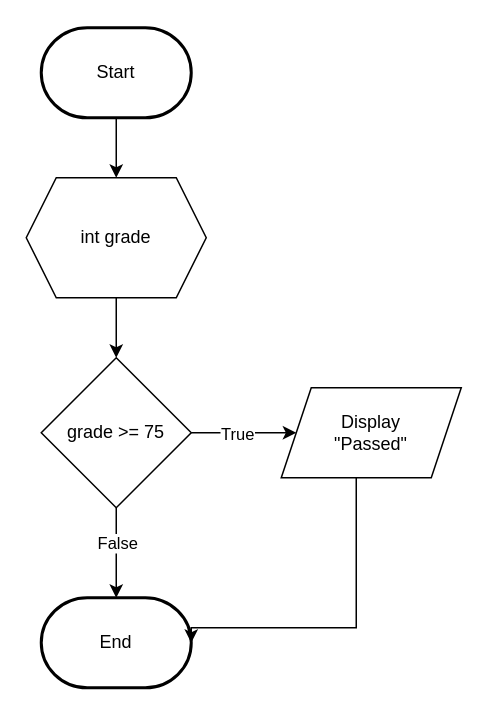
elikawicaksana/BuildIT_BasisData keeps this draw.io diagram as page "If" (1 of 6) of Flowchart_PendaModul2.drawio. Above is the earlier version. Source tidied: cells renumbered, new cells numbered last; positions are measured from the earlier drawing's top-left corner, leaving out a move shared by most shapes. Both pictures are drawn from the tidied source at 150%, with x=0, y=0 at pixel (26, 27).
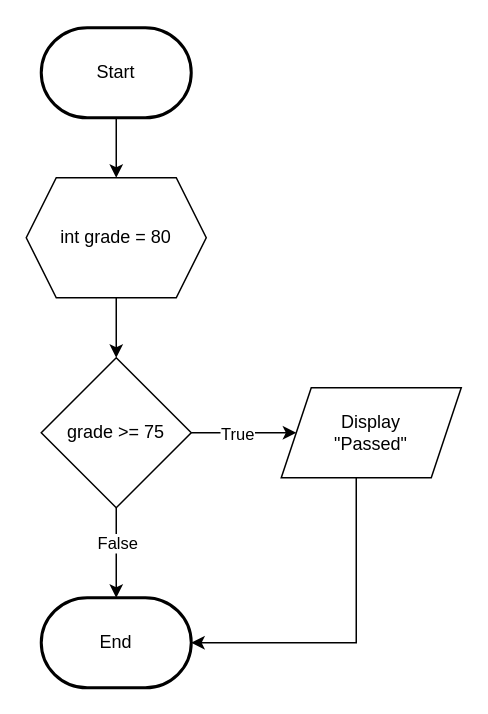
The same page after the edit.

Change to the diagram source:
```diff
@@
 <mxGraphModel>
   <root>
     <mxCell id="0" />
     <mxCell id="1" parent="0" />
     <mxCell id="2" style="edgeStyle=orthogonalEdgeStyle;rounded=0;jettySize=auto;html=1;entryX=0.5;entryY=0;entryDx=0;entryDy=0;" parent="1" edge="1" source="3" target="6">
       <mxGeometry relative="1" as="geometry" />
     </mxCell>
     <mxCell id="3" value="Start" style="strokeWidth=2;html=1;shape=mxgraph.flowchart.terminator;whiteSpace=wrap;" parent="1" vertex="1">
       <mxGeometry x="10" width="100" height="60" as="geometry" />
     </mxCell>
     <mxCell id="4" value="End" style="strokeWidth=2;html=1;shape=mxgraph.flowchart.terminator;whiteSpace=wrap;" parent="1" vertex="1">
       <mxGeometry x="10" y="380" width="100" height="60" as="geometry" />
     </mxCell>
     <mxCell id="5" style="edgeStyle=orthogonalEdgeStyle;rounded=0;jettySize=auto;html=1;entryX=0.5;entryY=0;entryDx=0;entryDy=0;" parent="1" edge="1" source="6" target="9">
       <mxGeometry relative="1" as="geometry" />
     </mxCell>
-    <mxCell id="6" value="int grade" style="shape=hexagon;perimeter=hexagonPerimeter2;whiteSpace=wrap;html=1;fixedSize=1;" parent="1" vertex="1">
+    <mxCell id="6" value="int grade = 80" style="shape=hexagon;perimeter=hexagonPerimeter2;whiteSpace=wrap;html=1;fixedSize=1;" parent="1" vertex="1">
       <mxGeometry y="100" width="120" height="80" as="geometry" />
     </mxCell>
     <mxCell id="7" style="edgeStyle=orthogonalEdgeStyle;rounded=0;jettySize=auto;html=1;" parent="1" edge="1" source="9" target="12">
       <mxGeometry relative="1" as="geometry" />
     </mxCell>
     <mxCell id="8" value="True" style="edgeLabel;html=1;align=center;verticalAlign=middle;" parent="7" vertex="1">
       <mxGeometry x="-0.13" relative="1" as="geometry" />
     </mxCell>
     <mxCell id="9" value="grade &amp;gt;= 75" style="rhombus;whiteSpace=wrap;html=1;" parent="1" vertex="1">
       <mxGeometry x="10" y="220" width="100" height="100" as="geometry" />
     </mxCell>
     <mxCell id="10" style="edgeStyle=orthogonalEdgeStyle;rounded=0;jettySize=auto;html=1;entryX=0.5;entryY=0;entryDx=0;entryDy=0;entryPerimeter=0;" parent="1" edge="1" source="9" target="4">
       <mxGeometry relative="1" as="geometry" />
     </mxCell>
     <mxCell id="11" value="False" style="edgeLabel;html=1;align=center;verticalAlign=middle;" parent="10" vertex="1">
       <mxGeometry x="-0.24" relative="1" as="geometry" />
     </mxCell>
     <mxCell id="12" value="Display&lt;div&gt;&quot;Passed&quot;&lt;/div&gt;" style="shape=parallelogram;perimeter=parallelogramPerimeter;whiteSpace=wrap;html=1;fixedSize=1;" parent="1" vertex="1">
       <mxGeometry x="170" y="240" width="120" height="60" as="geometry" />
     </mxCell>
     <mxCell id="13" style="edgeStyle=orthogonalEdgeStyle;rounded=0;jettySize=auto;html=1;entryX=1;entryY=0.5;entryDx=0;entryDy=0;entryPerimeter=0;" parent="1" edge="1" source="12" target="4">
       <mxGeometry relative="1" as="geometry">
         <Array as="points">
-          <mxPoint x="220" y="400" />
-          <mxPoint x="110" y="400" />
+          <mxPoint x="220" y="410" />
         </Array>
       </mxGeometry>
     </mxCell>
   </root>
 </mxGraphModel>
```
